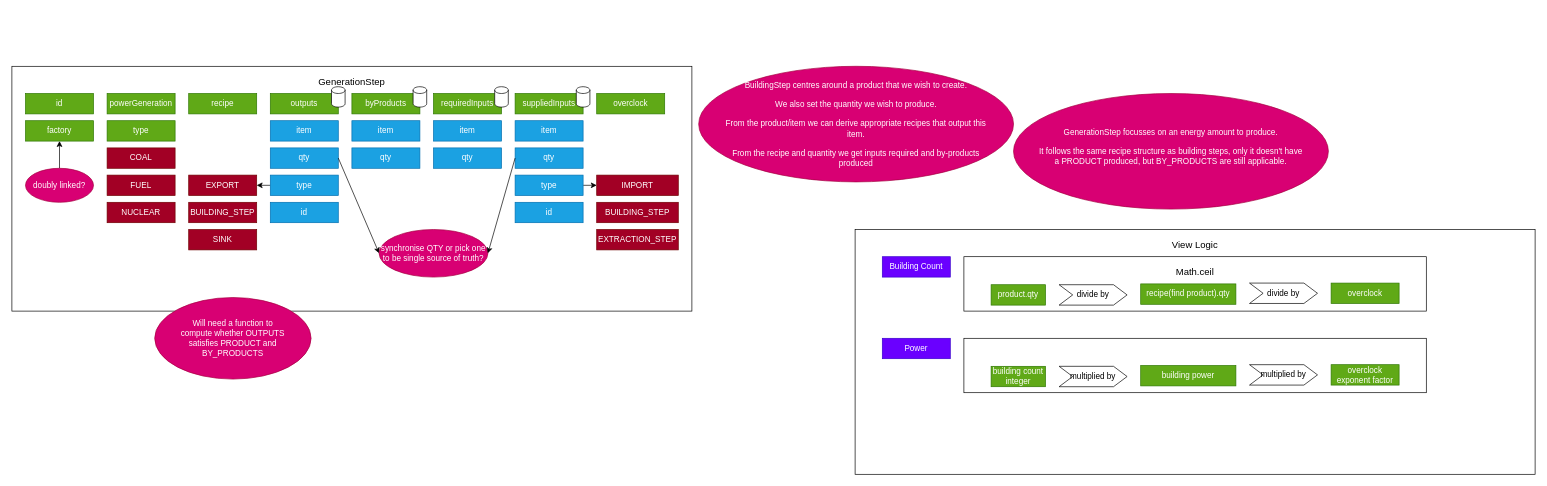
Before: page "GenerationStep" (9 of 14) of diagrams/wireframes.drawio in bradbrad88/satisfactory, a draw.io diagram. Source tidied: cells renumbered, new cells numbered last; positions are measured from the earlier drawing's top-left corner, leaving out a move shared by most shapes. Both pictures are drawn from the tidied source at 68%, with x=0, y=0 at pixel (12, 66).
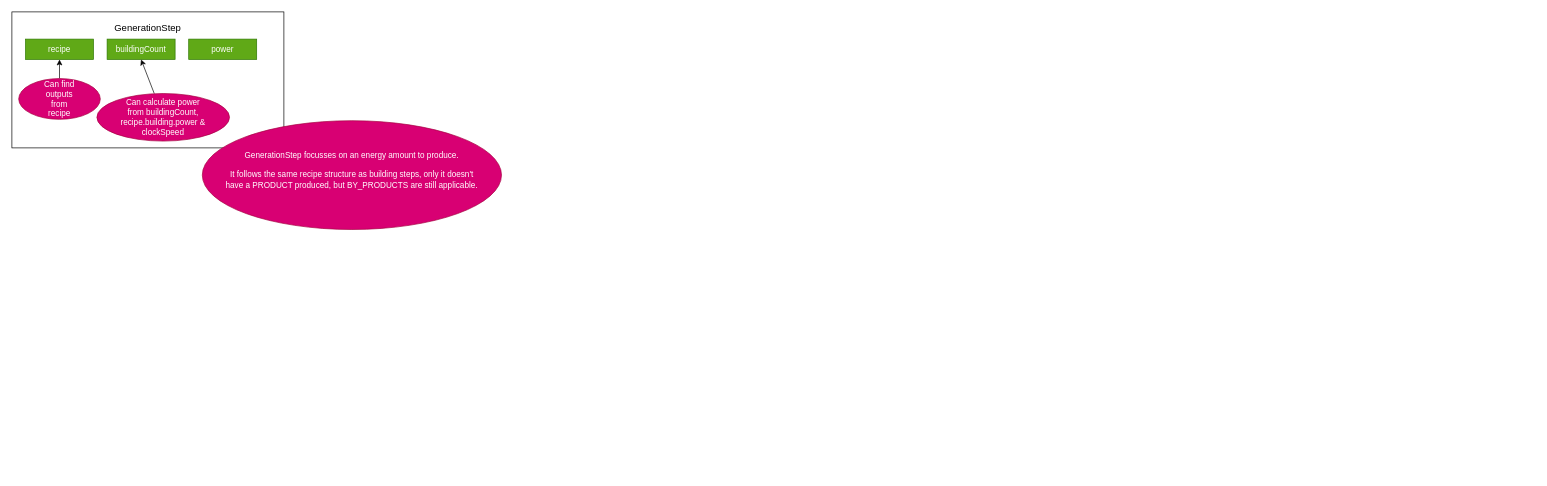
The same diagram, later.

Change to the diagram source:
```diff
@@
     <mxCell id="2" value="GenerationStep" style="whiteSpace=wrap;html=1;verticalAlign=top;spacing=10;fontSize=14;" parent="1" vertex="1">
-      <mxGeometry width="1000" height="360" as="geometry" />
+      <mxGeometry y="-80" width="400" height="200" as="geometry" />
     </mxCell>
-    <mxCell id="3" value="id" style="whiteSpace=wrap;html=1;fillColor=#60a917;fontColor=#ffffff;strokeColor=#2D7600;" parent="1" vertex="1">
-      <mxGeometry x="20" y="40" width="100" height="30" as="geometry" />
-    </mxCell>
-    <mxCell id="4" value="requiredInputs" style="whiteSpace=wrap;html=1;fillColor=#60a917;fontColor=#ffffff;strokeColor=#2D7600;" parent="1" vertex="1">
-      <mxGeometry x="620" y="40" width="100" height="30" as="geometry" />
-    </mxCell>
-    <mxCell id="5" value="item" style="whiteSpace=wrap;html=1;fillColor=#1ba1e2;fontColor=#ffffff;strokeColor=#006EAF;" parent="1" vertex="1">
-      <mxGeometry x="620" y="80" width="100" height="30" as="geometry" />
-    </mxCell>
-    <mxCell id="6" style="shape=cylinder3;whiteSpace=wrap;html=1;boundedLbl=1;backgroundOutline=1;size=5;" parent="1" vertex="1">
-      <mxGeometry x="710" y="30" width="20" height="30" as="geometry" />
-    </mxCell>
-    <mxCell id="7" value="qty" style="whiteSpace=wrap;html=1;fillColor=#1ba1e2;fontColor=#ffffff;strokeColor=#006EAF;" parent="1" vertex="1">
-      <mxGeometry x="620" y="120" width="100" height="30" as="geometry" />
-    </mxCell>
-    <mxCell id="8" value="suppliedInputs" style="whiteSpace=wrap;html=1;fillColor=#60a917;fontColor=#ffffff;strokeColor=#2D7600;" parent="1" vertex="1">
-      <mxGeometry x="740" y="40" width="100" height="30" as="geometry" />
-    </mxCell>
-    <mxCell id="9" style="shape=cylinder3;whiteSpace=wrap;html=1;boundedLbl=1;backgroundOutline=1;size=5;" parent="1" vertex="1">
-      <mxGeometry x="830" y="30" width="20" height="30" as="geometry" />
-    </mxCell>
+    <mxCell id="65" value="buildingCount" style="whiteSpace=wrap;html=1;fillColor=#60a917;fontColor=#ffffff;strokeColor=#2D7600;" parent="1" vertex="1">
+      <mxGeometry x="140" y="-40" width="100" height="30" as="geometry" />
+    </mxCell>
     <mxCell id="10" value="recipe" style="whiteSpace=wrap;html=1;fillColor=#60a917;fontColor=#ffffff;strokeColor=#2D7600;" parent="1" vertex="1">
-      <mxGeometry x="260" y="40" width="100" height="30" as="geometry" />
+      <mxGeometry x="20" y="-40" width="100" height="30" as="geometry" />
     </mxCell>
-    <mxCell id="11" value="BuildingStep centres around a product that we wish to create.&lt;br style=&quot;font-size: 12px&quot;&gt;&lt;br style=&quot;font-size: 12px&quot;&gt;We also set the quantity we wish to produce.&lt;br style=&quot;font-size: 12px&quot;&gt;&lt;br style=&quot;font-size: 12px&quot;&gt;From the product/item we can derive appropriate recipes that output this item.&lt;br style=&quot;font-size: 12px&quot;&gt;&lt;br style=&quot;font-size: 12px&quot;&gt;From the recipe and quantity we get inputs required and by-products produced" style="ellipse;whiteSpace=wrap;html=1;fontSize=12;fillColor=#d80073;fontColor=#ffffff;strokeColor=#A50040;spacing=35;" parent="1" vertex="1">
-      <mxGeometry x="1010" width="463" height="170" as="geometry" />
-    </mxCell>
-    <mxCell id="12" value="byProducts" style="whiteSpace=wrap;html=1;fillColor=#60a917;fontColor=#ffffff;strokeColor=#2D7600;" parent="1" vertex="1">
-      <mxGeometry x="500" y="40" width="100" height="30" as="geometry" />
-    </mxCell>
-    <mxCell id="13" style="shape=cylinder3;whiteSpace=wrap;html=1;boundedLbl=1;backgroundOutline=1;size=5;" parent="1" vertex="1">
-      <mxGeometry x="590" y="30" width="20" height="30" as="geometry" />
-    </mxCell>
-    <mxCell id="14" value="item" style="whiteSpace=wrap;html=1;fillColor=#1ba1e2;fontColor=#ffffff;strokeColor=#006EAF;" parent="1" vertex="1">
-      <mxGeometry x="500" y="80" width="100" height="30" as="geometry" />
-    </mxCell>
-    <mxCell id="15" value="qty" style="whiteSpace=wrap;html=1;fillColor=#1ba1e2;fontColor=#ffffff;strokeColor=#006EAF;" parent="1" vertex="1">
-      <mxGeometry x="500" y="120" width="100" height="30" as="geometry" />
-    </mxCell>
-    <mxCell id="16" value="outputs" style="whiteSpace=wrap;html=1;fillColor=#60a917;fontColor=#ffffff;strokeColor=#2D7600;" parent="1" vertex="1">
-      <mxGeometry x="380" y="40" width="100" height="30" as="geometry" />
-    </mxCell>
-    <mxCell id="17" style="shape=cylinder3;whiteSpace=wrap;html=1;boundedLbl=1;backgroundOutline=1;size=5;" parent="1" vertex="1">
-      <mxGeometry x="470" y="30" width="20" height="30" as="geometry" />
-    </mxCell>
-    <mxCell id="18" value="item" style="whiteSpace=wrap;html=1;fillColor=#1ba1e2;fontColor=#ffffff;strokeColor=#006EAF;" parent="1" vertex="1">
-      <mxGeometry x="380" y="80" width="100" height="30" as="geometry" />
-    </mxCell>
-    <mxCell id="19" value="qty" style="whiteSpace=wrap;html=1;fillColor=#1ba1e2;fontColor=#ffffff;strokeColor=#006EAF;" parent="1" vertex="1">
-      <mxGeometry x="380" y="120" width="100" height="30" as="geometry" />
-    </mxCell>
-    <mxCell id="20" style="edgeStyle=none;html=1;entryX=1;entryY=0.5;entryDx=0;entryDy=0;fontSize=14;" parent="1" edge="1" source="21" target="22">
-      <mxGeometry relative="1" as="geometry" />
-    </mxCell>
-    <mxCell id="21" value="type" style="whiteSpace=wrap;html=1;fillColor=#1ba1e2;fontColor=#ffffff;strokeColor=#006EAF;" parent="1" vertex="1">
-      <mxGeometry x="380" y="160" width="100" height="30" as="geometry" />
-    </mxCell>
-    <mxCell id="22" value="EXPORT" style="whiteSpace=wrap;html=1;fillColor=#a20025;fontColor=#ffffff;strokeColor=#6F0000;" parent="1" vertex="1">
-      <mxGeometry x="260" y="160" width="100" height="30" as="geometry" />
-    </mxCell>
-    <mxCell id="23" value="BUILDING_STEP" style="whiteSpace=wrap;html=1;fillColor=#a20025;fontColor=#ffffff;strokeColor=#6F0000;" parent="1" vertex="1">
-      <mxGeometry x="260" y="200" width="100" height="30" as="geometry" />
-    </mxCell>
-    <mxCell id="24" value="SINK" style="whiteSpace=wrap;html=1;fillColor=#a20025;fontColor=#ffffff;strokeColor=#6F0000;" parent="1" vertex="1">
-      <mxGeometry x="260" y="240" width="100" height="30" as="geometry" />
-    </mxCell>
-    <mxCell id="25" style="edgeStyle=none;html=1;entryX=0;entryY=0.5;entryDx=0;entryDy=0;fontSize=14;exitX=1;exitY=0.5;exitDx=0;exitDy=0;" parent="1" edge="1" source="19" target="27">
-      <mxGeometry relative="1" as="geometry" />
-    </mxCell>
-    <mxCell id="26" value="id" style="whiteSpace=wrap;html=1;fillColor=#1ba1e2;fontColor=#ffffff;strokeColor=#006EAF;" parent="1" vertex="1">
-      <mxGeometry x="380" y="200" width="100" height="30" as="geometry" />
-    </mxCell>
-    <mxCell id="27" value="synchronise QTY or pick one to be single source of truth?" style="ellipse;whiteSpace=wrap;html=1;fontSize=12;fillColor=#d80073;fontColor=#ffffff;strokeColor=#A50040;" parent="1" vertex="1">
-      <mxGeometry x="540" y="240" width="160" height="70" as="geometry" />
-    </mxCell>
-    <mxCell id="28" style="edgeStyle=none;html=1;entryX=0;entryY=0.5;entryDx=0;entryDy=0;fontSize=12;" parent="1" edge="1" source="29" target="32">
-      <mxGeometry relative="1" as="geometry" />
-    </mxCell>
-    <mxCell id="29" value="type" style="whiteSpace=wrap;html=1;fillColor=#1ba1e2;fontColor=#ffffff;strokeColor=#006EAF;" parent="1" vertex="1">
-      <mxGeometry x="740" y="160" width="100" height="30" as="geometry" />
-    </mxCell>
-    <mxCell id="30" value="item" style="whiteSpace=wrap;html=1;fillColor=#1ba1e2;fontColor=#ffffff;strokeColor=#006EAF;" parent="1" vertex="1">
-      <mxGeometry x="740" y="80" width="100" height="30" as="geometry" />
-    </mxCell>
-    <mxCell id="31" value="qty" style="whiteSpace=wrap;html=1;fillColor=#1ba1e2;fontColor=#ffffff;strokeColor=#006EAF;" parent="1" vertex="1">
-      <mxGeometry x="740" y="120" width="100" height="30" as="geometry" />
-    </mxCell>
-    <mxCell id="32" value="IMPORT" style="whiteSpace=wrap;html=1;fillColor=#a20025;fontColor=#ffffff;strokeColor=#6F0000;" parent="1" vertex="1">
-      <mxGeometry x="860" y="160" width="120" height="30" as="geometry" />
-    </mxCell>
-    <mxCell id="33" value="BUILDING_STEP" style="whiteSpace=wrap;html=1;fillColor=#a20025;fontColor=#ffffff;strokeColor=#6F0000;" parent="1" vertex="1">
-      <mxGeometry x="860" y="200" width="120" height="30" as="geometry" />
-    </mxCell>
-    <mxCell id="34" style="edgeStyle=none;html=1;entryX=1;entryY=0.5;entryDx=0;entryDy=0;fontSize=12;exitX=0;exitY=0.5;exitDx=0;exitDy=0;" parent="1" edge="1" source="31" target="27">
-      <mxGeometry relative="1" as="geometry" />
-    </mxCell>
-    <mxCell id="35" value="id" style="whiteSpace=wrap;html=1;fillColor=#1ba1e2;fontColor=#ffffff;strokeColor=#006EAF;" parent="1" vertex="1">
-      <mxGeometry x="740" y="200" width="100" height="30" as="geometry" />
-    </mxCell>
-    <mxCell id="36" value="EXTRACTION_STEP" style="whiteSpace=wrap;html=1;fillColor=#a20025;fontColor=#ffffff;strokeColor=#6F0000;" parent="1" vertex="1">
-      <mxGeometry x="860" y="240" width="120" height="30" as="geometry" />
-    </mxCell>
-    <mxCell id="37" value="overclock" style="whiteSpace=wrap;html=1;fillColor=#60a917;fontColor=#ffffff;strokeColor=#2D7600;" parent="1" vertex="1">
-      <mxGeometry x="860" y="40" width="100" height="30" as="geometry" />
-    </mxCell>
-    <mxCell id="38" value="View Logic" style="whiteSpace=wrap;html=1;verticalAlign=top;spacing=10;fontSize=14;" parent="1" vertex="1">
-      <mxGeometry x="1240" y="240" width="1000" height="360" as="geometry" />
-    </mxCell>
-    <mxCell id="39" value="Building Count" style="whiteSpace=wrap;html=1;fillColor=#6a00ff;fontColor=#ffffff;strokeColor=#3700CC;" parent="1" vertex="1">
-      <mxGeometry x="1280" y="280" width="100" height="30" as="geometry" />
-    </mxCell>
-    <mxCell id="40" style="group;" parent="1" vertex="1">
-      <mxGeometry x="1400" y="280" width="680" height="80" as="geometry" />
-    </mxCell>
-    <mxCell id="41" value="Math.ceil" style="whiteSpace=wrap;html=1;verticalAlign=top;spacing=10;fontSize=14;" parent="40" vertex="1">
-      <mxGeometry width="680" height="80" as="geometry" />
-    </mxCell>
-    <mxCell id="42" value="product.qty" style="whiteSpace=wrap;html=1;fillColor=#60a917;fontColor=#ffffff;strokeColor=#2D7600;" parent="40" vertex="1">
-      <mxGeometry x="40" y="41.2" width="80" height="30" as="geometry" />
-    </mxCell>
-    <mxCell id="43" value="recipe(find product).qty" style="whiteSpace=wrap;html=1;fillColor=#60a917;fontColor=#ffffff;strokeColor=#2D7600;" parent="40" vertex="1">
-      <mxGeometry x="260" y="40" width="140" height="30" as="geometry" />
-    </mxCell>
-    <mxCell id="44" value="overclock" style="whiteSpace=wrap;html=1;fillColor=#60a917;fontColor=#ffffff;strokeColor=#2D7600;" parent="40" vertex="1">
-      <mxGeometry x="540" y="38.8" width="100" height="30" as="geometry" />
-    </mxCell>
-    <mxCell id="45" value="divide by" style="shape=step;perimeter=stepPerimeter;whiteSpace=wrap;html=1;fixedSize=1;fontSize=12;" parent="40" vertex="1">
-      <mxGeometry x="140" y="41.2" width="100" height="30" as="geometry" />
-    </mxCell>
-    <mxCell id="46" value="divide by" style="shape=step;perimeter=stepPerimeter;whiteSpace=wrap;html=1;fixedSize=1;fontSize=12;" parent="40" vertex="1">
-      <mxGeometry x="420" y="38.8" width="100" height="30" as="geometry" />
-    </mxCell>
-    <mxCell id="47" value="Power" style="whiteSpace=wrap;html=1;fillColor=#6a00ff;fontColor=#ffffff;strokeColor=#3700CC;" parent="1" vertex="1">
-      <mxGeometry x="1280" y="400" width="100" height="30" as="geometry" />
-    </mxCell>
-    <mxCell id="48" style="group;" parent="1" vertex="1">
-      <mxGeometry x="1400" y="400" width="680" height="80" as="geometry" />
-    </mxCell>
-    <mxCell id="49" style="whiteSpace=wrap;html=1;verticalAlign=top;spacing=10;fontSize=14;" parent="48" vertex="1">
-      <mxGeometry width="680" height="80" as="geometry" />
-    </mxCell>
-    <mxCell id="50" value="building count integer" style="whiteSpace=wrap;html=1;fillColor=#60a917;fontColor=#ffffff;strokeColor=#2D7600;" parent="48" vertex="1">
-      <mxGeometry x="40" y="41.2" width="80" height="30" as="geometry" />
-    </mxCell>
-    <mxCell id="51" value="building power" style="whiteSpace=wrap;html=1;fillColor=#60a917;fontColor=#ffffff;strokeColor=#2D7600;" parent="48" vertex="1">
-      <mxGeometry x="260" y="40" width="140" height="30" as="geometry" />
-    </mxCell>
-    <mxCell id="52" value="overclock exponent factor" style="whiteSpace=wrap;html=1;fillColor=#60a917;fontColor=#ffffff;strokeColor=#2D7600;" parent="48" vertex="1">
-      <mxGeometry x="540" y="38.8" width="100" height="30" as="geometry" />
-    </mxCell>
-    <mxCell id="53" value="multiplied by" style="shape=step;perimeter=stepPerimeter;whiteSpace=wrap;html=1;fixedSize=1;fontSize=12;" parent="48" vertex="1">
-      <mxGeometry x="140" y="41.2" width="100" height="30" as="geometry" />
-    </mxCell>
-    <mxCell id="54" value="multiplied by" style="shape=step;perimeter=stepPerimeter;whiteSpace=wrap;html=1;fixedSize=1;fontSize=12;" parent="48" vertex="1">
-      <mxGeometry x="420" y="38.8" width="100" height="30" as="geometry" />
-    </mxCell>
-    <mxCell id="55" value="factory" style="whiteSpace=wrap;html=1;fillColor=#60a917;fontColor=#ffffff;strokeColor=#2D7600;" parent="1" vertex="1">
-      <mxGeometry x="20" y="80" width="100" height="30" as="geometry" />
-    </mxCell>
-    <mxCell id="56" style="edgeStyle=none;html=1;fontSize=12;" parent="1" edge="1" source="57" target="55">
-      <mxGeometry relative="1" as="geometry" />
-    </mxCell>
-    <mxCell id="57" value="doubly linked?" style="ellipse;whiteSpace=wrap;html=1;fontSize=12;fillColor=#d80073;fontColor=#ffffff;strokeColor=#A50040;" parent="1" vertex="1">
-      <mxGeometry x="20" y="150" width="100" height="50" as="geometry" />
-    </mxCell>
-    <mxCell id="58" value="Will need a function to compute whether OUTPUTS satisfies PRODUCT and BY_PRODUCTS" style="ellipse;whiteSpace=wrap;html=1;fontSize=12;fillColor=#d80073;fontColor=#ffffff;strokeColor=#A50040;spacing=35;" parent="1" vertex="1">
-      <mxGeometry x="210" y="340" width="230" height="120" as="geometry" />
-    </mxCell>
+    <mxCell id="66" style="edgeStyle=none;html=1;entryX=0.5;entryY=1;entryDx=0;entryDy=0;" parent="1" edge="1" source="67" target="10">
+      <mxGeometry relative="1" as="geometry" />
+    </mxCell>
+    <mxCell id="67" value="Can find outputs from recipe" style="ellipse;whiteSpace=wrap;html=1;fontSize=12;fillColor=#d80073;fontColor=#ffffff;strokeColor=#A50040;spacing=35;" parent="1" vertex="1">
+      <mxGeometry x="10" y="18" width="120" height="60" as="geometry" />
+    </mxCell>
+    <mxCell id="68" style="edgeStyle=none;html=1;entryX=0.5;entryY=1;entryDx=0;entryDy=0;" parent="1" edge="1" source="69" target="65">
+      <mxGeometry relative="1" as="geometry" />
+    </mxCell>
+    <mxCell id="69" value="Can calculate power from buildingCount, recipe.building.power &amp;amp; clockSpeed" style="ellipse;whiteSpace=wrap;html=1;fontSize=12;fillColor=#d80073;fontColor=#ffffff;strokeColor=#A50040;spacing=35;" parent="1" vertex="1">
+      <mxGeometry x="125" y="40" width="195" height="70" as="geometry" />
+    </mxCell>
     <mxCell id="59" value="GenerationStep focusses on an energy amount to produce.&lt;br&gt;&lt;br&gt;It follows the same recipe structure as building steps, only it doesn't have a PRODUCT produced, but BY_PRODUCTS are still applicable.&lt;br&gt;&lt;br&gt;" style="ellipse;whiteSpace=wrap;html=1;fontSize=12;fillColor=#d80073;fontColor=#ffffff;strokeColor=#A50040;spacing=35;" parent="1" vertex="1">
-      <mxGeometry x="1473" y="40" width="463" height="170" as="geometry" />
+      <mxGeometry x="280" y="80" width="440" height="160" as="geometry" />
     </mxCell>
-    <mxCell id="60" value="powerGeneration" style="whiteSpace=wrap;html=1;fillColor=#60a917;fontColor=#ffffff;strokeColor=#2D7600;" parent="1" vertex="1">
-      <mxGeometry x="140" y="40" width="100" height="30" as="geometry" />
-    </mxCell>
-    <mxCell id="61" value="type" style="whiteSpace=wrap;html=1;fillColor=#60a917;fontColor=#ffffff;strokeColor=#2D7600;" parent="1" vertex="1">
-      <mxGeometry x="140" y="80" width="100" height="30" as="geometry" />
-    </mxCell>
-    <mxCell id="62" value="FUEL" style="whiteSpace=wrap;html=1;fillColor=#a20025;fontColor=#ffffff;strokeColor=#6F0000;" parent="1" vertex="1">
-      <mxGeometry x="140" y="160" width="100" height="30" as="geometry" />
-    </mxCell>
-    <mxCell id="63" value="NUCLEAR" style="whiteSpace=wrap;html=1;fillColor=#a20025;fontColor=#ffffff;strokeColor=#6F0000;" parent="1" vertex="1">
-      <mxGeometry x="140" y="200" width="100" height="30" as="geometry" />
-    </mxCell>
-    <mxCell id="64" value="COAL" style="whiteSpace=wrap;html=1;fillColor=#a20025;fontColor=#ffffff;strokeColor=#6F0000;" parent="1" vertex="1">
-      <mxGeometry x="140" y="120" width="100" height="30" as="geometry" />
-    </mxCell>
+    <mxCell id="70" value="power" style="whiteSpace=wrap;html=1;fillColor=#60a917;fontColor=#ffffff;strokeColor=#2D7600;" parent="1" vertex="1">
+      <mxGeometry x="260" y="-40" width="100" height="30" as="geometry" />
+    </mxCell>
```
